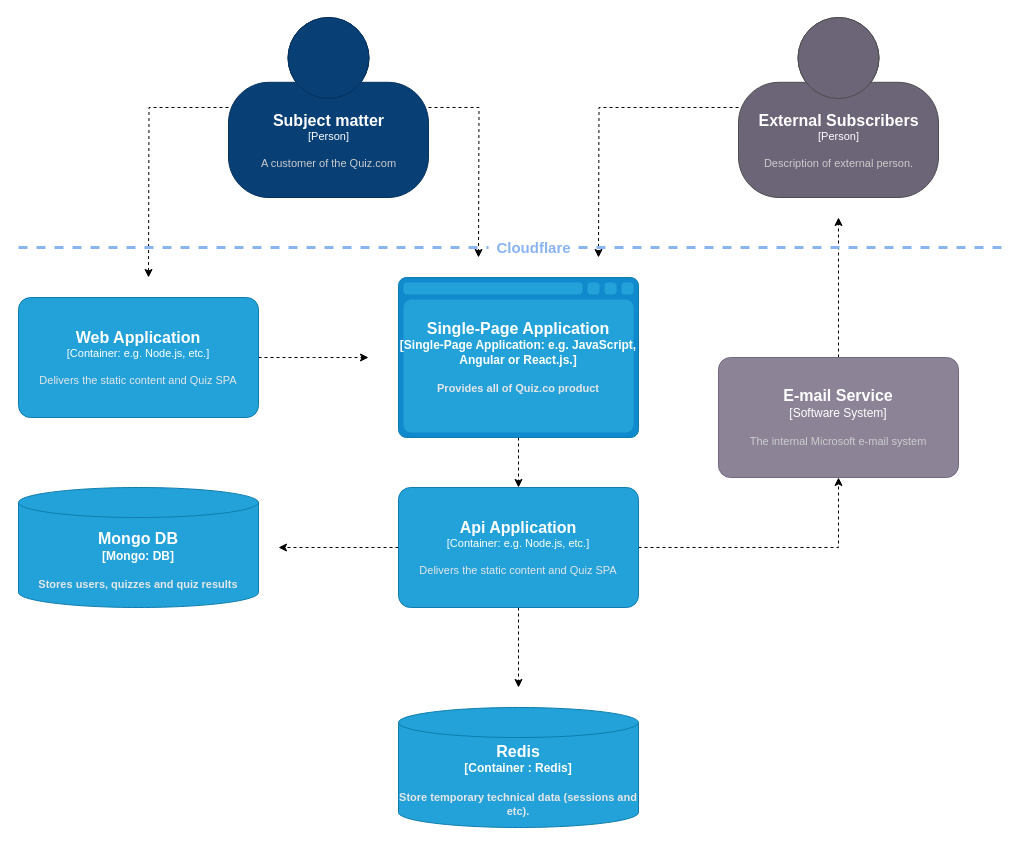
The draw.io diagram page "Container" (2 of 4) of docs/Untitled Diagram.drawio in voloshyndmitry/tokyo, before the edit. Source tidied: cells renumbered, new cells numbered last; positions are measured from the earlier drawing's top-left corner, leaving out a move shared by most shapes. Both pictures are drawn from the tidied source at 100%, with x=0, y=0 at pixel (18, 17).
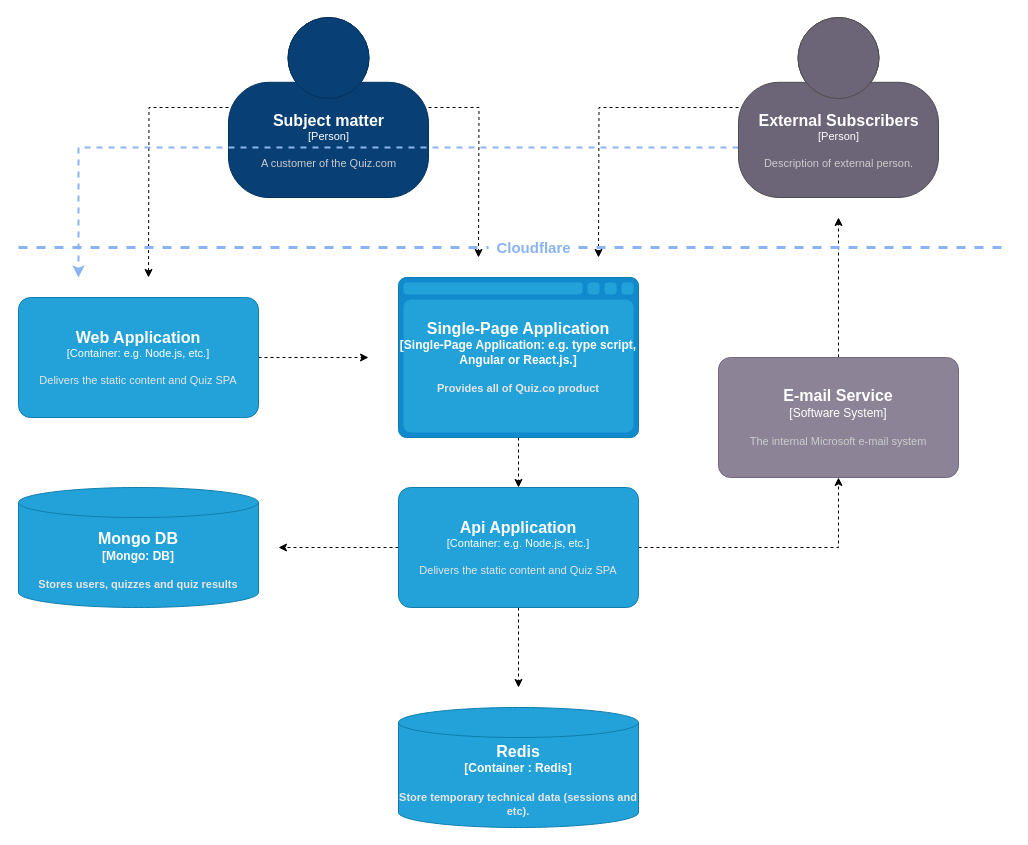
Above is the later version.

The change refers to these unchanged cells:
```xml
<object id="6" label="&lt;font style=&quot;font-size: 16px&quot;&gt;&lt;b&gt;%c4Name%&lt;/b&gt;&lt;/font&gt;&lt;div&gt;[%c4Type%]&lt;/div&gt;&lt;br&gt;&lt;div&gt;&lt;font style=&quot;font-size: 11px&quot;&gt;&lt;font color=&quot;#cccccc&quot;&gt;%c4Description%&lt;/font&gt;&lt;/div&gt;" c4Description="Description of external person." c4Name="External Subscribers" c4Type="Person" placeholders="1">
  <mxCell style="html=1;fontSize=11;dashed=0;whitespace=wrap;fillColor=#6C6477;strokeColor=#4D4D4D;fontColor=#ffffff;shape=mxgraph.c4.person2;align=center;points=[[0.5,0,0],[1,0.5,0],[1,0.75,0],[0.75,1,0],[0.5,1,0],[0.25,1,0],[0,0.75,0],[0,0.5,0]];" parent="1" vertex="1">
    <mxGeometry x="720" width="200" height="180" as="geometry" />
  </mxCell>
</object>
```

Diff of the diagram source:
```diff
@@
+    <mxCell id="22" style="edgeStyle=orthogonalEdgeStyle;rounded=0;jettySize=auto;html=1;dashed=1;fontSize=15;fontColor=#89B4F2;strokeColor=#89B4F2;strokeWidth=2;" parent="1" edge="1" source="6">
+      <mxGeometry relative="1" as="geometry">
+        <mxPoint x="60" y="260" as="targetPoint" />
+        <Array as="points">
+          <mxPoint x="60" y="130" />
+        </Array>
+      </mxGeometry>
+    </mxCell>
@@
-    <object id="9" label="&lt;font style=&quot;font-size: 16px&quot;&gt;&lt;b&gt;%c4Type%&lt;/font&gt;&lt;div&gt;[%c4Container%:&amp;nbsp;%c4Technology%]&lt;/div&gt;&lt;br&gt;&lt;div&gt;&lt;font style=&quot;font-size: 11px&quot;&gt;&lt;font color=&quot;#E6E6E6&quot;&gt;%c4Description%&lt;/font&gt;&lt;/div&gt;" c4Container="Single-Page Application" c4Description="Provides all of Quiz.co product" c4Technology="e.g. JavaScript, Angular or React.js." c4Type="Single-Page Application" placeholders="1">
+    <object id="9" label="&lt;font style=&quot;font-size: 16px&quot;&gt;&lt;b&gt;%c4Type%&lt;/font&gt;&lt;div&gt;[%c4Container%:&amp;nbsp;%c4Technology%]&lt;/div&gt;&lt;br&gt;&lt;div&gt;&lt;font style=&quot;font-size: 11px&quot;&gt;&lt;font color=&quot;#E6E6E6&quot;&gt;%c4Description%&lt;/font&gt;&lt;/div&gt;" c4Container="Single-Page Application" c4Description="Provides all of Quiz.co product" c4Technology="e.g. type script, Angular or React.js." c4Type="Single-Page Application" placeholders="1">
       <mxCell style="shape=mxgraph.c4.webBrowserContainer;whiteSpace=wrap;html=1;boundedLbl=1;rounded=0;labelBackgroundColor=none;fillColor=#118ACD;fontSize=12;fontColor=#ffffff;align=center;strokeColor=#0E7DAD;points=[[0.5,0,0],[1,0.25,0],[1,0.5,0],[1,0.75,0],[0.5,1,0],[0,0.75,0],[0,0.5,0],[0,0.25,0]];" parent="1" vertex="1">
         <mxGeometry x="380" y="260" width="240" height="160" as="geometry" />
       </mxCell>
     </object>
```
